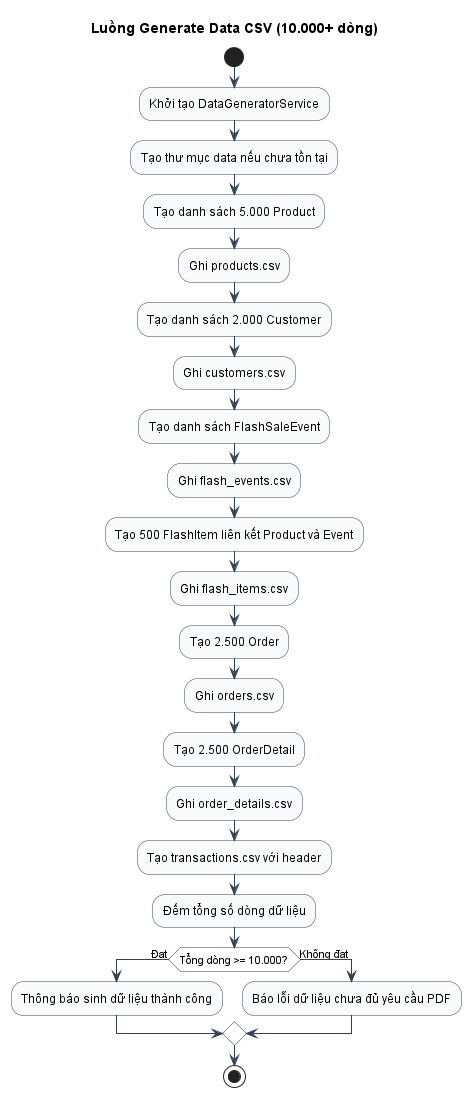
This is docs/flowcharts/datagen_flow.png from nguyendinhtien824-super/Group-2, a PlantUML export, as it was before one commit.
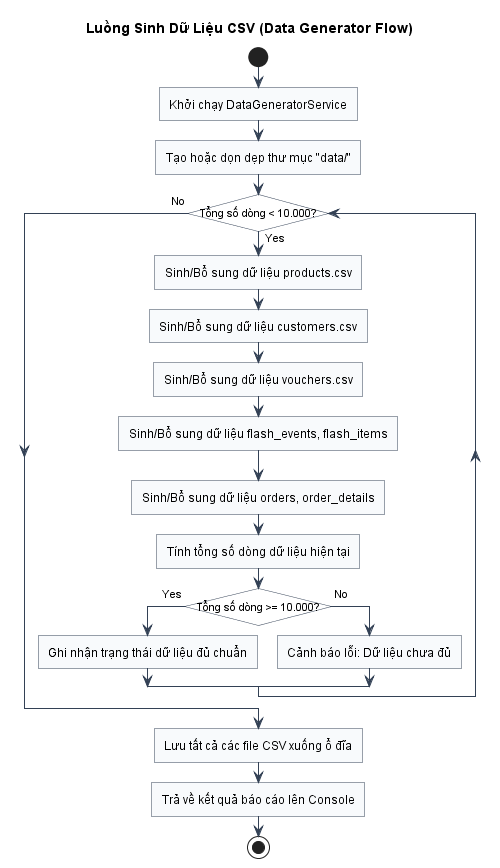
The same diagram one commit later.

The edit, as a diff of the source:
```diff
@@ -1,38 +1,38 @@
 @startuml
+skinparam roundcorner 0
 skinparam defaultFontName "Arial"
-skinparam titleFontName "Arial"
 skinparam shadowing false
+skinparam ActivityShape rectangle
 skinparam ArrowColor #334155
 skinparam ActivityBackgroundColor #F8FAFC
 skinparam ActivityBorderColor #334155
 skinparam ActivityDiamondBackgroundColor #FFFFFF
-skinparam ActivityDiamondBorderColor #334155
-skinparam NoteBackgroundColor #FFF7ED
-skinparam NoteBorderColor #F97316
+skinparam conditionStyle InsideDiamond
+skinparam ConditionEndStyle hline
 
-title Luồng Generate Data CSV (10.000+ dòng)
+title Luồng Sinh Dữ Liệu CSV (Data Generator Flow)
 
 start
-:Khởi tạo DataGeneratorService;
-:Tạo thư mục data nếu chưa tồn tại;
-:Tạo danh sách 5.000 Product;
-:Ghi products.csv;
-:Tạo danh sách 2.000 Customer;
-:Ghi customers.csv;
-:Tạo danh sách FlashSaleEvent;
-:Ghi flash_events.csv;
-:Tạo 500 FlashItem liên kết Product và Event;
-:Ghi flash_items.csv;
-:Tạo 2.500 Order;
-:Ghi orders.csv;
-:Tạo 2.500 OrderDetail;
-:Ghi order_details.csv;
-:Tạo transactions.csv với header;
-:Đếm tổng số dòng dữ liệu;
-if (Tổng dòng >= 10.000?) then (Đạt)
-  :Thông báo sinh dữ liệu thành công;
-else (Không đạt)
-  :Báo lỗi dữ liệu chưa đủ yêu cầu PDF;
-endif
+:Khởi chạy DataGeneratorService;
+:Tạo hoặc dọn dẹp thư mục "data/";
+
+while (Tổng số dòng < 10.000?) is ( Yes )
+  :Sinh/Bổ sung dữ liệu products.csv;
+  :Sinh/Bổ sung dữ liệu customers.csv;
+  :Sinh/Bổ sung dữ liệu vouchers.csv;
+  :Sinh/Bổ sung dữ liệu flash_events, flash_items;
+  :Sinh/Bổ sung dữ liệu orders, order_details;
+
+  :Tính tổng số dòng dữ liệu hiện tại;
+
+  if (Tổng số dòng >= 10.000?) then ( Yes )
+    :Ghi nhận trạng thái dữ liệu đủ chuẩn;
+  else ( No )
+    :Cảnh báo lỗi: Dữ liệu chưa đủ;
+  endif
+endwhile ( No )
+
+:Lưu tất cả các file CSV xuống ổ đĩa;
+:Trả về kết quả báo cáo lên Console;
 stop
 @enduml
```
